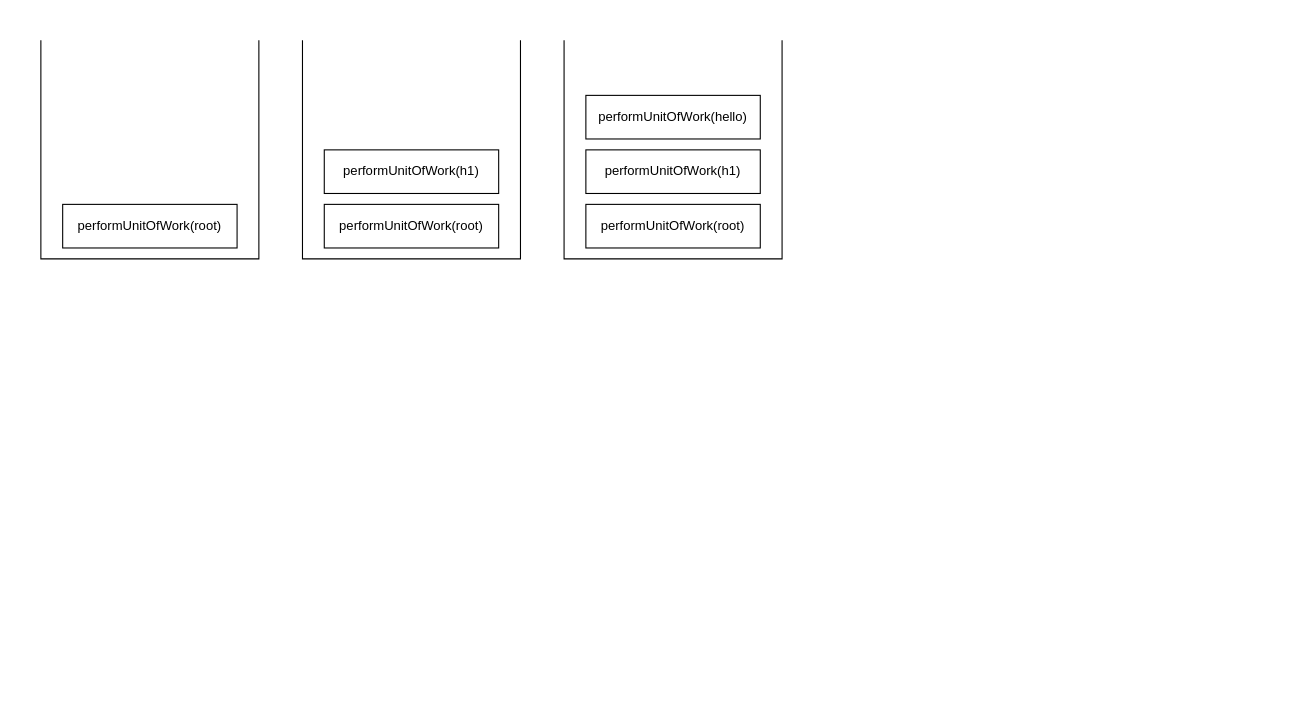
Earlier version of the draw.io diagram assets/images/performunit.drawio (Harry3014/Harry3014.github.io). Source tidied: cells renumbered, new cells numbered last; positions are measured from the earlier drawing's top-left corner, leaving out a move shared by most shapes. Both pictures are drawn from the tidied source at 109%, with x=0, y=0 at pixel (40, 40).
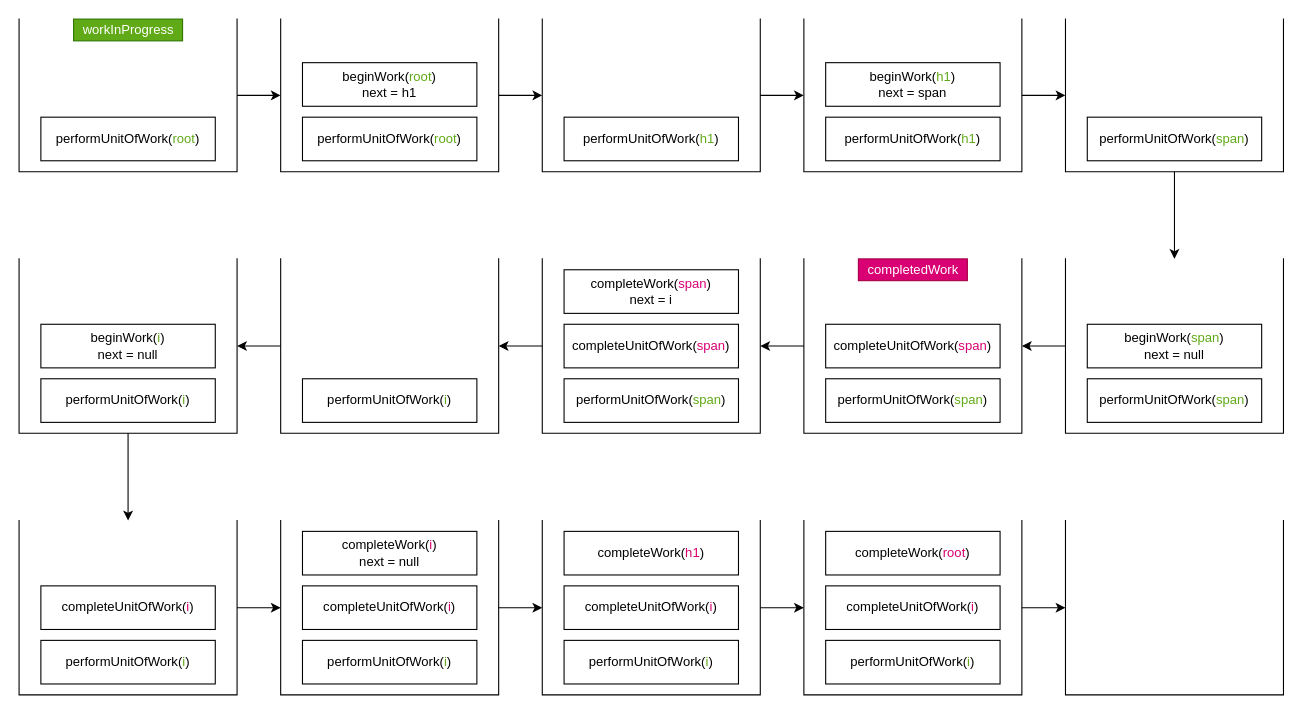
Above is the later version.

The edit, as a diff of the source:
```diff
@@
+    <mxCell id="11" style="edgeStyle=none;html=1;entryX=0;entryY=0.5;entryDx=0;entryDy=0;" parent="1" edge="1" source="2" target="13">
+      <mxGeometry relative="1" as="geometry" />
+    </mxCell>
     <mxCell id="2" style="shape=partialRectangle;whiteSpace=wrap;html=1;bottom=1;right=1;left=1;top=0;fillColor=none;routingCenterX=-0.5;" parent="1" vertex="1">
-      <mxGeometry width="200" height="200" as="geometry" />
+      <mxGeometry x="-20" y="-20" width="200" height="140" as="geometry" />
     </mxCell>
-    <mxCell id="3" value="performUnitOfWork(root)" style="rounded=0;whiteSpace=wrap;html=1;" parent="1" vertex="1">
-      <mxGeometry x="20" y="150" width="160" height="40" as="geometry" />
+    <mxCell id="3" value="performUnitOfWork(&lt;font color=&quot;#60a917&quot;&gt;root&lt;/font&gt;)" style="rounded=0;whiteSpace=wrap;html=1;" parent="1" vertex="1">
+      <mxGeometry y="70" width="160" height="40" as="geometry" />
     </mxCell>
-    <mxCell id="4" style="shape=partialRectangle;whiteSpace=wrap;html=1;bottom=1;right=1;left=1;top=0;fillColor=none;routingCenterX=-0.5;" parent="1" vertex="1">
-      <mxGeometry x="240" width="200" height="200" as="geometry" />
-    </mxCell>
-    <mxCell id="5" value="performUnitOfWork(root)" style="rounded=0;whiteSpace=wrap;html=1;" parent="1" vertex="1">
-      <mxGeometry x="260" y="150" width="160" height="40" as="geometry" />
-    </mxCell>
-    <mxCell id="6" value="performUnitOfWork(h1)" style="rounded=0;whiteSpace=wrap;html=1;" parent="1" vertex="1">
-      <mxGeometry x="260" y="100" width="160" height="40" as="geometry" />
-    </mxCell>
-    <mxCell id="7" style="shape=partialRectangle;whiteSpace=wrap;html=1;bottom=1;right=1;left=1;top=0;fillColor=none;routingCenterX=-0.5;" parent="1" vertex="1">
-      <mxGeometry x="480" width="200" height="200" as="geometry" />
-    </mxCell>
-    <mxCell id="8" value="performUnitOfWork(root)" style="rounded=0;whiteSpace=wrap;html=1;" parent="1" vertex="1">
-      <mxGeometry x="500" y="150" width="160" height="40" as="geometry" />
-    </mxCell>
-    <mxCell id="9" value="performUnitOfWork(h1)" style="rounded=0;whiteSpace=wrap;html=1;" parent="1" vertex="1">
-      <mxGeometry x="500" y="100" width="160" height="40" as="geometry" />
-    </mxCell>
-    <mxCell id="10" value="performUnitOfWork(hello)" style="rounded=0;whiteSpace=wrap;html=1;" parent="1" vertex="1">
-      <mxGeometry x="500" y="50" width="160" height="40" as="geometry" />
-    </mxCell>
+    <mxCell id="12" style="edgeStyle=none;html=1;entryX=0;entryY=0.5;entryDx=0;entryDy=0;" parent="1" edge="1" source="13" target="17">
+      <mxGeometry relative="1" as="geometry" />
+    </mxCell>
+    <mxCell id="13" style="shape=partialRectangle;whiteSpace=wrap;html=1;bottom=1;right=1;left=1;top=0;fillColor=none;routingCenterX=-0.5;" parent="1" vertex="1">
+      <mxGeometry x="220" y="-20" width="200" height="140" as="geometry" />
+    </mxCell>
+    <mxCell id="14" value="performUnitOfWork(&lt;span style=&quot;color: rgb(96 , 169 , 23)&quot;&gt;root&lt;/span&gt;)" style="rounded=0;whiteSpace=wrap;html=1;" parent="1" vertex="1">
+      <mxGeometry x="240" y="70" width="160" height="40" as="geometry" />
+    </mxCell>
+    <mxCell id="15" value="beginWork(&lt;span style=&quot;color: rgb(96 , 169 , 23)&quot;&gt;root&lt;/span&gt;)&lt;br&gt;next = h1" style="rounded=0;whiteSpace=wrap;html=1;" parent="1" vertex="1">
+      <mxGeometry x="240" y="20" width="160" height="40" as="geometry" />
+    </mxCell>
+    <mxCell id="16" style="edgeStyle=none;html=1;entryX=0;entryY=0.5;entryDx=0;entryDy=0;" parent="1" edge="1" source="17" target="20">
+      <mxGeometry relative="1" as="geometry" />
+    </mxCell>
+    <mxCell id="17" style="shape=partialRectangle;whiteSpace=wrap;html=1;bottom=1;right=1;left=1;top=0;fillColor=none;routingCenterX=-0.5;" parent="1" vertex="1">
+      <mxGeometry x="460" y="-20" width="200" height="140" as="geometry" />
+    </mxCell>
+    <mxCell id="18" value="performUnitOfWork(&lt;font color=&quot;#60a917&quot;&gt;h1&lt;/font&gt;)" style="rounded=0;whiteSpace=wrap;html=1;" parent="1" vertex="1">
+      <mxGeometry x="480" y="70" width="160" height="40" as="geometry" />
+    </mxCell>
+    <mxCell id="19" style="edgeStyle=none;html=1;entryX=0;entryY=0.5;entryDx=0;entryDy=0;" parent="1" edge="1" source="20" target="24">
+      <mxGeometry relative="1" as="geometry" />
+    </mxCell>
+    <mxCell id="20" style="shape=partialRectangle;whiteSpace=wrap;html=1;bottom=1;right=1;left=1;top=0;fillColor=none;routingCenterX=-0.5;" parent="1" vertex="1">
+      <mxGeometry x="700" y="-20" width="200" height="140" as="geometry" />
+    </mxCell>
+    <mxCell id="21" value="performUnitOfWork(&lt;font color=&quot;#60a917&quot;&gt;h1&lt;/font&gt;)" style="rounded=0;whiteSpace=wrap;html=1;" parent="1" vertex="1">
+      <mxGeometry x="720" y="70" width="160" height="40" as="geometry" />
+    </mxCell>
+    <mxCell id="22" value="beginWork(&lt;font color=&quot;#60a917&quot;&gt;h1&lt;/font&gt;)&lt;br&gt;next = span" style="rounded=0;whiteSpace=wrap;html=1;" parent="1" vertex="1">
+      <mxGeometry x="720" y="20" width="160" height="40" as="geometry" />
+    </mxCell>
+    <mxCell id="23" style="edgeStyle=none;html=1;entryX=0.5;entryY=0;entryDx=0;entryDy=0;" parent="1" edge="1" source="24" target="27">
+      <mxGeometry relative="1" as="geometry" />
+    </mxCell>
+    <mxCell id="24" style="shape=partialRectangle;whiteSpace=wrap;html=1;bottom=1;right=1;left=1;top=0;fillColor=none;routingCenterX=-0.5;" parent="1" vertex="1">
+      <mxGeometry x="940" y="-20" width="200" height="140" as="geometry" />
+    </mxCell>
+    <mxCell id="25" value="performUnitOfWork(&lt;font color=&quot;#60a917&quot;&gt;span&lt;/font&gt;)" style="rounded=0;whiteSpace=wrap;html=1;" parent="1" vertex="1">
+      <mxGeometry x="960" y="70" width="160" height="40" as="geometry" />
+    </mxCell>
+    <mxCell id="26" style="edgeStyle=none;html=1;entryX=1;entryY=0.5;entryDx=0;entryDy=0;" parent="1" edge="1" source="27" target="31">
+      <mxGeometry relative="1" as="geometry" />
+    </mxCell>
+    <mxCell id="27" style="shape=partialRectangle;whiteSpace=wrap;html=1;bottom=1;right=1;left=1;top=0;fillColor=none;routingCenterX=-0.5;" parent="1" vertex="1">
+      <mxGeometry x="940" y="200" width="200" height="160" as="geometry" />
+    </mxCell>
+    <mxCell id="28" value="performUnitOfWork(&lt;font color=&quot;#60a917&quot;&gt;span&lt;/font&gt;)" style="rounded=0;whiteSpace=wrap;html=1;" parent="1" vertex="1">
+      <mxGeometry x="960" y="310" width="160" height="40" as="geometry" />
+    </mxCell>
+    <mxCell id="29" value="beginWork(&lt;font color=&quot;#60a917&quot;&gt;span&lt;/font&gt;)&lt;br&gt;next = null" style="rounded=0;whiteSpace=wrap;html=1;" parent="1" vertex="1">
+      <mxGeometry x="960" y="260" width="160" height="40" as="geometry" />
+    </mxCell>
+    <mxCell id="30" style="edgeStyle=none;html=1;entryX=1;entryY=0.5;entryDx=0;entryDy=0;" parent="1" edge="1" source="31" target="35">
+      <mxGeometry relative="1" as="geometry" />
+    </mxCell>
+    <mxCell id="31" style="shape=partialRectangle;whiteSpace=wrap;html=1;bottom=1;right=1;left=1;top=0;fillColor=none;routingCenterX=-0.5;" parent="1" vertex="1">
+      <mxGeometry x="700" y="200" width="200" height="160" as="geometry" />
+    </mxCell>
+    <mxCell id="32" value="performUnitOfWork(&lt;font color=&quot;#60a917&quot;&gt;span&lt;/font&gt;)" style="rounded=0;whiteSpace=wrap;html=1;" parent="1" vertex="1">
+      <mxGeometry x="720" y="310" width="160" height="40" as="geometry" />
+    </mxCell>
+    <mxCell id="33" value="completeUnitOfWork(&lt;font color=&quot;#d80073&quot;&gt;span&lt;/font&gt;)" style="rounded=0;whiteSpace=wrap;html=1;" parent="1" vertex="1">
+      <mxGeometry x="720" y="260" width="160" height="40" as="geometry" />
+    </mxCell>
+    <mxCell id="34" style="edgeStyle=none;html=1;entryX=1;entryY=0.5;entryDx=0;entryDy=0;" parent="1" edge="1" source="35" target="40">
+      <mxGeometry relative="1" as="geometry" />
+    </mxCell>
+    <mxCell id="35" style="shape=partialRectangle;whiteSpace=wrap;html=1;bottom=1;right=1;left=1;top=0;fillColor=none;routingCenterX=-0.5;" parent="1" vertex="1">
+      <mxGeometry x="460" y="200" width="200" height="160" as="geometry" />
+    </mxCell>
+    <mxCell id="36" value="performUnitOfWork(&lt;span style=&quot;color: rgb(96 , 169 , 23)&quot;&gt;span&lt;/span&gt;)" style="rounded=0;whiteSpace=wrap;html=1;" parent="1" vertex="1">
+      <mxGeometry x="480" y="310" width="160" height="40" as="geometry" />
+    </mxCell>
+    <mxCell id="37" value="completeUnitOfWork(&lt;span style=&quot;color: rgb(216 , 0 , 115)&quot;&gt;span&lt;/span&gt;)" style="rounded=0;whiteSpace=wrap;html=1;" parent="1" vertex="1">
+      <mxGeometry x="480" y="260" width="160" height="40" as="geometry" />
+    </mxCell>
+    <mxCell id="38" value="completeWork(&lt;span style=&quot;color: rgb(216 , 0 , 115)&quot;&gt;span&lt;/span&gt;)&lt;br&gt;next = i" style="rounded=0;whiteSpace=wrap;html=1;" parent="1" vertex="1">
+      <mxGeometry x="480" y="210" width="160" height="40" as="geometry" />
+    </mxCell>
+    <mxCell id="39" style="edgeStyle=none;html=1;entryX=1;entryY=0.5;entryDx=0;entryDy=0;" parent="1" edge="1" source="40" target="43">
+      <mxGeometry relative="1" as="geometry" />
+    </mxCell>
+    <mxCell id="40" style="shape=partialRectangle;whiteSpace=wrap;html=1;bottom=1;right=1;left=1;top=0;fillColor=none;routingCenterX=-0.5;" parent="1" vertex="1">
+      <mxGeometry x="220" y="200" width="200" height="160" as="geometry" />
+    </mxCell>
+    <mxCell id="41" value="performUnitOfWork(&lt;font color=&quot;#60a917&quot;&gt;i&lt;/font&gt;)" style="rounded=0;whiteSpace=wrap;html=1;" parent="1" vertex="1">
+      <mxGeometry x="240" y="310" width="160" height="40" as="geometry" />
+    </mxCell>
+    <mxCell id="42" style="edgeStyle=none;html=1;entryX=0.5;entryY=0;entryDx=0;entryDy=0;" parent="1" edge="1" source="43" target="47">
+      <mxGeometry relative="1" as="geometry" />
+    </mxCell>
+    <mxCell id="43" style="shape=partialRectangle;whiteSpace=wrap;html=1;bottom=1;right=1;left=1;top=0;fillColor=none;routingCenterX=-0.5;" parent="1" vertex="1">
+      <mxGeometry x="-20" y="200" width="200" height="160" as="geometry" />
+    </mxCell>
+    <mxCell id="44" value="performUnitOfWork(&lt;font color=&quot;#60a917&quot;&gt;i&lt;/font&gt;)" style="rounded=0;whiteSpace=wrap;html=1;" parent="1" vertex="1">
+      <mxGeometry y="310" width="160" height="40" as="geometry" />
+    </mxCell>
+    <mxCell id="45" value="beginWork(&lt;font color=&quot;#60a917&quot;&gt;i&lt;/font&gt;)&lt;br&gt;next = null" style="rounded=0;whiteSpace=wrap;html=1;" parent="1" vertex="1">
+      <mxGeometry y="260" width="160" height="40" as="geometry" />
+    </mxCell>
+    <mxCell id="46" style="edgeStyle=none;html=1;entryX=0;entryY=0.5;entryDx=0;entryDy=0;" parent="1" edge="1" source="47" target="51">
+      <mxGeometry relative="1" as="geometry" />
+    </mxCell>
+    <mxCell id="47" style="shape=partialRectangle;whiteSpace=wrap;html=1;bottom=1;right=1;left=1;top=0;fillColor=none;routingCenterX=-0.5;" parent="1" vertex="1">
+      <mxGeometry x="-20" y="440" width="200" height="160" as="geometry" />
+    </mxCell>
+    <mxCell id="48" value="performUnitOfWork(&lt;font color=&quot;#60a917&quot;&gt;i&lt;/font&gt;)" style="rounded=0;whiteSpace=wrap;html=1;" parent="1" vertex="1">
+      <mxGeometry y="550" width="160" height="40" as="geometry" />
+    </mxCell>
+    <mxCell id="49" value="completeUnitOfWork(&lt;font color=&quot;#d80073&quot;&gt;i&lt;/font&gt;)" style="rounded=0;whiteSpace=wrap;html=1;" parent="1" vertex="1">
+      <mxGeometry y="500" width="160" height="40" as="geometry" />
+    </mxCell>
+    <mxCell id="50" style="edgeStyle=none;html=1;entryX=0;entryY=0.5;entryDx=0;entryDy=0;" parent="1" edge="1" source="51" target="56">
+      <mxGeometry relative="1" as="geometry" />
+    </mxCell>
+    <mxCell id="51" style="shape=partialRectangle;whiteSpace=wrap;html=1;bottom=1;right=1;left=1;top=0;fillColor=none;routingCenterX=-0.5;" parent="1" vertex="1">
+      <mxGeometry x="220" y="440" width="200" height="160" as="geometry" />
+    </mxCell>
+    <mxCell id="52" value="performUnitOfWork(&lt;font color=&quot;#60a917&quot;&gt;i&lt;/font&gt;)" style="rounded=0;whiteSpace=wrap;html=1;" parent="1" vertex="1">
+      <mxGeometry x="240" y="550" width="160" height="40" as="geometry" />
+    </mxCell>
+    <mxCell id="53" value="completeUnitOfWork(&lt;font color=&quot;#d80073&quot;&gt;i&lt;/font&gt;)" style="rounded=0;whiteSpace=wrap;html=1;" parent="1" vertex="1">
+      <mxGeometry x="240" y="500" width="160" height="40" as="geometry" />
+    </mxCell>
+    <mxCell id="54" value="completeWork(&lt;font color=&quot;#d80073&quot;&gt;i&lt;/font&gt;)&lt;br&gt;next = null" style="rounded=0;whiteSpace=wrap;html=1;" parent="1" vertex="1">
+      <mxGeometry x="240" y="450" width="160" height="40" as="geometry" />
+    </mxCell>
+    <mxCell id="55" style="edgeStyle=none;html=1;entryX=0;entryY=0.5;entryDx=0;entryDy=0;" parent="1" edge="1" source="56" target="61">
+      <mxGeometry relative="1" as="geometry" />
+    </mxCell>
+    <mxCell id="56" style="shape=partialRectangle;whiteSpace=wrap;html=1;bottom=1;right=1;left=1;top=0;fillColor=none;routingCenterX=-0.5;" parent="1" vertex="1">
+      <mxGeometry x="460" y="440" width="200" height="160" as="geometry" />
+    </mxCell>
+    <mxCell id="57" value="performUnitOfWork(&lt;font color=&quot;#60a917&quot;&gt;i&lt;/font&gt;)" style="rounded=0;whiteSpace=wrap;html=1;" parent="1" vertex="1">
+      <mxGeometry x="480" y="550" width="160" height="40" as="geometry" />
+    </mxCell>
+    <mxCell id="58" value="completeUnitOfWork(&lt;font color=&quot;#d80073&quot;&gt;i&lt;/font&gt;)" style="rounded=0;whiteSpace=wrap;html=1;" parent="1" vertex="1">
+      <mxGeometry x="480" y="500" width="160" height="40" as="geometry" />
+    </mxCell>
+    <mxCell id="59" value="completeWork(&lt;font color=&quot;#d80073&quot;&gt;h1&lt;/font&gt;)" style="rounded=0;whiteSpace=wrap;html=1;" parent="1" vertex="1">
+      <mxGeometry x="480" y="450" width="160" height="40" as="geometry" />
+    </mxCell>
+    <mxCell id="60" style="edgeStyle=none;html=1;entryX=0;entryY=0.5;entryDx=0;entryDy=0;" parent="1" edge="1" source="61" target="65">
+      <mxGeometry relative="1" as="geometry" />
+    </mxCell>
+    <mxCell id="61" style="shape=partialRectangle;whiteSpace=wrap;html=1;bottom=1;right=1;left=1;top=0;fillColor=none;routingCenterX=-0.5;" parent="1" vertex="1">
+      <mxGeometry x="700" y="440" width="200" height="160" as="geometry" />
+    </mxCell>
+    <mxCell id="62" value="performUnitOfWork(&lt;font color=&quot;#60a917&quot;&gt;i&lt;/font&gt;)" style="rounded=0;whiteSpace=wrap;html=1;" parent="1" vertex="1">
+      <mxGeometry x="720" y="550" width="160" height="40" as="geometry" />
+    </mxCell>
+    <mxCell id="63" value="completeUnitOfWork(&lt;font color=&quot;#d80073&quot;&gt;i&lt;/font&gt;)" style="rounded=0;whiteSpace=wrap;html=1;" parent="1" vertex="1">
+      <mxGeometry x="720" y="500" width="160" height="40" as="geometry" />
+    </mxCell>
+    <mxCell id="64" value="completeWork(&lt;font color=&quot;#d80073&quot;&gt;root&lt;/font&gt;)" style="rounded=0;whiteSpace=wrap;html=1;" parent="1" vertex="1">
+      <mxGeometry x="720" y="450" width="160" height="40" as="geometry" />
+    </mxCell>
+    <mxCell id="65" style="shape=partialRectangle;whiteSpace=wrap;html=1;bottom=1;right=1;left=1;top=0;fillColor=none;routingCenterX=-0.5;" parent="1" vertex="1">
+      <mxGeometry x="940" y="440" width="200" height="160" as="geometry" />
+    </mxCell>
+    <mxCell id="66" value="workInProgress" style="text;html=1;align=center;verticalAlign=middle;strokeColor=#2D7600;fillColor=#60a917;fontColor=#ffffff;" parent="1" vertex="1">
+      <mxGeometry x="30" y="-20" width="100" height="20" as="geometry" />
+    </mxCell>
+    <mxCell id="67" value="completedWork" style="text;html=1;align=center;verticalAlign=middle;strokeColor=#A50040;fillColor=#d80073;fontColor=#ffffff;" parent="1" vertex="1">
+      <mxGeometry x="750" y="200" width="100" height="20" as="geometry" />
+    </mxCell>
```
